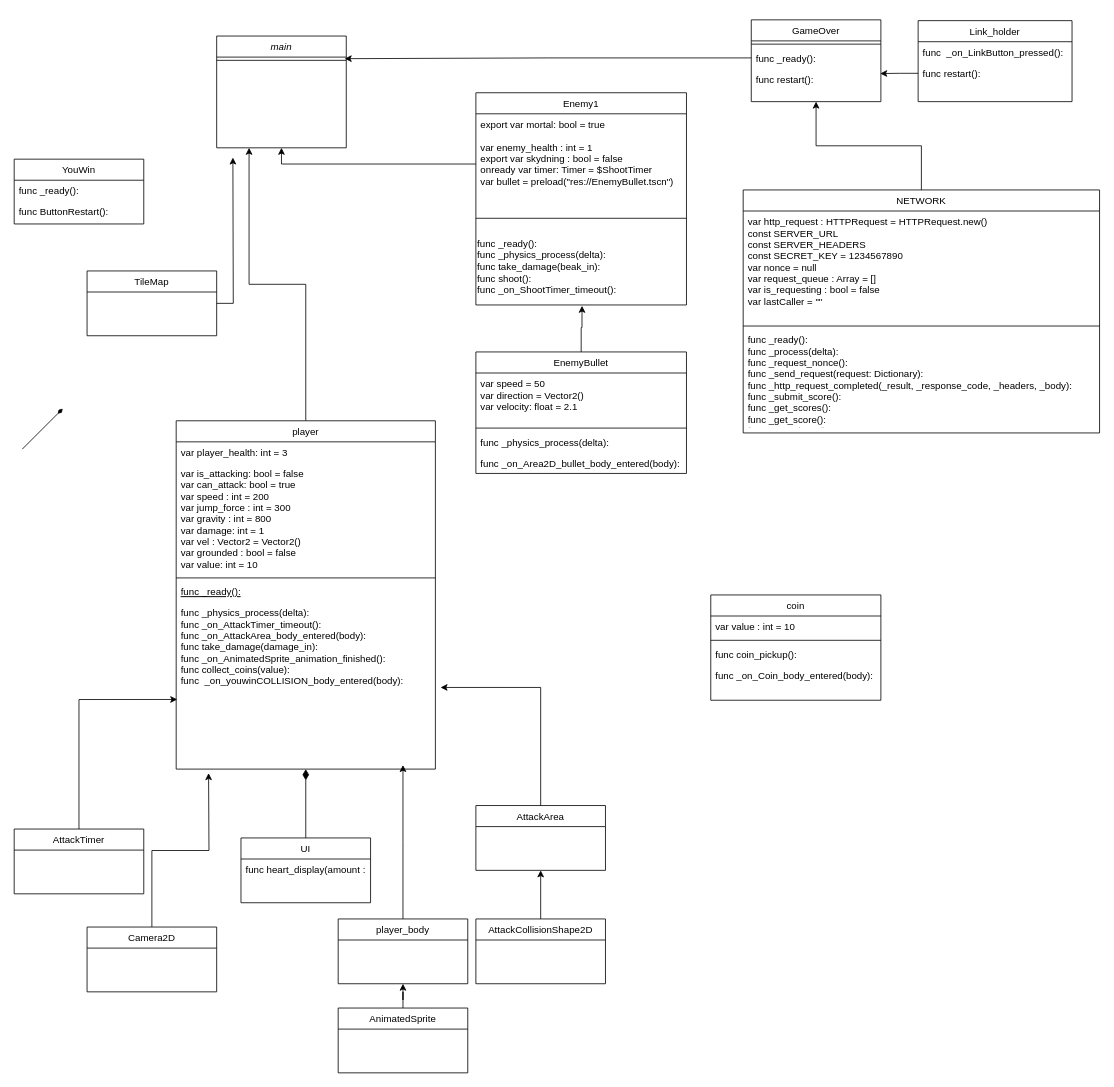
Before: Unavngivet diagram.drawio in Anasbananhovede/eksame-projekt, a draw.io diagram. Source tidied: cells renumbered, new cells numbered last; positions are measured from the earlier drawing's top-left corner, leaving out a move shared by most shapes. Both pictures are drawn from the tidied source at 81%, with x=0, y=0 at pixel (14, 19).
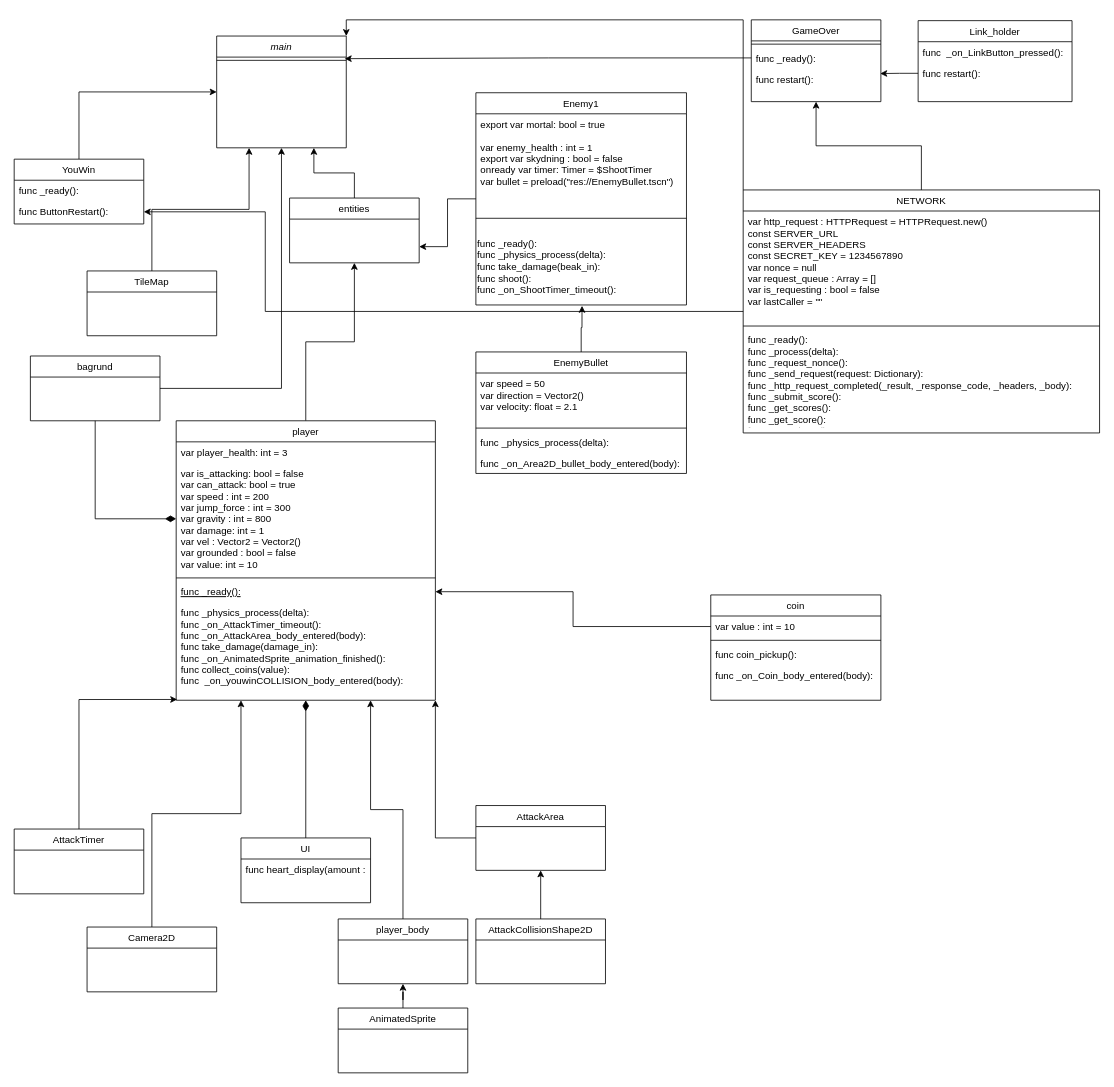
Above is the later version.

Commit message:
er færdig med diagram(tror jeg), skal bare lave de rigtige pile.drawio

The change refers to these unchanged cells:
```xml
<mxCell id="2" value="main&#10;" style="swimlane;fontStyle=2;align=center;verticalAlign=top;horizontal=1;startSize=26;rounded=0;shadow=0;strokeWidth=1;" parent="1" vertex="1">
  <mxGeometry x="250" y="20" width="160" height="138" as="geometry" />
</mxCell>
<mxCell id="7" value="var is_attacking: bool = false&#10;var can_attack: bool = true&#10;var speed : int = 200&#10;var jump_force : int = 300&#10;var gravity : int = 800&#10;var damage: int = 1&#10;var vel : Vector2 = Vector2()&#10;var grounded : bool = false&#10;var value: int = 10" style="text;align=left;verticalAlign=top;spacingLeft=4;spacingRight=4;overflow=hidden;points=[[0,0.5],[1,0.5]];portConstraint=eastwest;rounded=0;shadow=0;html=0;" parent="5" vertex="1">
  <mxGeometry y="52" width="320" height="138" as="geometry" />
</mxCell>
<mxCell id="9" value="func _ready():&#10;&#10;" style="text;align=left;verticalAlign=top;spacingLeft=4;spacingRight=4;overflow=hidden;points=[[0,0.5],[1,0.5]];portConstraint=eastwest;fontStyle=4;" parent="5" vertex="1">
  <mxGeometry y="198" width="320" height="26" as="geometry" />
</mxCell>
<mxCell id="10" value="func _physics_process(delta):&#10;func _on_AttackTimer_timeout():&#10;func _on_AttackArea_body_entered(body):&#10;func take_damage(damage_in):&#10;func _on_AnimatedSprite_animation_finished():&#10;func collect_coins(value):&#10;func  _on_youwinCOLLISION_body_entered(body):&#10;&#10;" style="text;align=left;verticalAlign=top;spacingLeft=4;spacingRight=4;overflow=hidden;points=[[0,0.5],[1,0.5]];portConstraint=eastwest;" parent="5" vertex="1">
  <mxGeometry y="224" width="320" height="116" as="geometry" />
</mxCell>
<mxCell id="11" value="Enemy1" style="swimlane;fontStyle=0;align=center;verticalAlign=top;horizontal=1;startSize=26;rounded=0;shadow=0;strokeWidth=1;" parent="1" vertex="1">
  <mxGeometry x="570" y="90" width="260" height="262" as="geometry" />
</mxCell>
<mxCell id="12" value="export var mortal: bool = true&#10;&#10;var enemy_health : int = 1&#10;export var skydning : bool = false&#10;onready var timer: Timer = $ShootTimer&#10;var bullet = preload(&quot;res://EnemyBullet.tscn&quot;)" style="text;align=left;verticalAlign=top;spacingLeft=4;spacingRight=4;overflow=hidden;points=[[0,0.5],[1,0.5]];portConstraint=eastwest;" parent="11" vertex="1">
  <mxGeometry y="26" width="260" height="114" as="geometry" />
</mxCell>
<mxCell id="16" value="var value : int = 10" style="text;align=left;verticalAlign=top;spacingLeft=4;spacingRight=4;overflow=hidden;points=[[0,0.5],[1,0.5]];portConstraint=eastwest;" parent="15" vertex="1">
  <mxGeometry y="26" width="210" height="26" as="geometry" />
</mxCell>
<mxCell id="25" value="YouWin" style="swimlane;fontStyle=0;align=center;verticalAlign=top;horizontal=1;startSize=26;rounded=0;shadow=0;strokeWidth=1;" parent="1" vertex="1">
  <mxGeometry y="172" width="160" height="80" as="geometry" />
</mxCell>
<mxCell id="27" value="func ButtonRestart():" style="text;align=left;verticalAlign=top;spacingLeft=4;spacingRight=4;overflow=hidden;points=[[0,0.5],[1,0.5]];portConstraint=eastwest;" parent="25" vertex="1">
  <mxGeometry y="52" width="160" height="26" as="geometry" />
</mxCell>
<mxCell id="40" value="NETWORK" style="swimlane;fontStyle=0;align=center;verticalAlign=top;horizontal=1;startSize=26;rounded=0;shadow=0;strokeWidth=1;" parent="1" vertex="1">
  <mxGeometry x="900" y="210" width="440" height="300" as="geometry" />
</mxCell>
<mxCell id="48" value="AttackArea" style="swimlane;fontStyle=0;align=center;verticalAlign=top;horizontal=1;startSize=26;rounded=0;shadow=0;strokeWidth=1;" parent="1" vertex="1">
  <mxGeometry x="570" y="970" width="160" height="80" as="geometry" />
</mxCell>
<mxCell id="55" value="Camera2D" style="swimlane;fontStyle=0;align=center;verticalAlign=top;horizontal=1;startSize=26;rounded=0;shadow=0;strokeWidth=1;" parent="1" vertex="1">
  <mxGeometry x="90" y="1120" width="160" height="80" as="geometry" />
</mxCell>
<mxCell id="57" value="player_body" style="swimlane;fontStyle=0;align=center;verticalAlign=top;horizontal=1;startSize=26;rounded=0;shadow=0;strokeWidth=1;" parent="1" vertex="1">
  <mxGeometry x="400" y="1110" width="160" height="80" as="geometry" />
</mxCell>
<mxCell id="61" value="TileMap&#10;" style="swimlane;fontStyle=0;align=center;verticalAlign=top;horizontal=1;startSize=26;rounded=0;shadow=0;strokeWidth=1;" parent="1" vertex="1">
  <mxGeometry x="90" y="310" width="160" height="80" as="geometry" />
</mxCell>
```

Change to the diagram source:
```diff
@@
-    <mxCell id="4" style="edgeStyle=orthogonalEdgeStyle;rounded=0;jettySize=auto;html=1;entryX=0.25;entryY=1;entryDx=0;entryDy=0;" parent="1" edge="1" source="5" target="2">
-      <mxGeometry relative="1" as="geometry" />
-    </mxCell>
+    <mxCell id="62" style="edgeStyle=orthogonalEdgeStyle;rounded=0;jettySize=auto;html=1;entryX=0.5;entryY=1;entryDx=0;entryDy=0;" parent="1" edge="1" source="5" target="68">
+      <mxGeometry relative="1" as="geometry" />
+    </mxCell>
     <mxCell id="5" value="player&#10;" style="swimlane;fontStyle=0;align=center;verticalAlign=top;horizontal=1;startSize=26;rounded=0;shadow=0;strokeWidth=1;" parent="1" vertex="1">
-      <mxGeometry x="200" y="495" width="320" height="430" as="geometry" />
+      <mxGeometry x="200" y="495" width="320" height="345" as="geometry" />
     </mxCell>
@@
+    <mxCell id="63" style="edgeStyle=orthogonalEdgeStyle;rounded=0;jettySize=auto;html=1;entryX=1;entryY=0.75;entryDx=0;entryDy=0;" parent="1" edge="1" source="11" target="68">
+      <mxGeometry relative="1" as="geometry" />
+    </mxCell>
@@
+    <mxCell id="64" style="edgeStyle=orthogonalEdgeStyle;rounded=0;jettySize=auto;html=1;entryX=0;entryY=0.5;entryDx=0;entryDy=0;exitX=0.5;exitY=0;exitDx=0;exitDy=0;" parent="1" edge="1" source="25" target="2">
+      <mxGeometry relative="1" as="geometry" />
+    </mxCell>
@@
-    <mxCell id="38" style="endArrow=diamondThin;html=1;rounded=0;endFill=1;" parent="1" edge="1">
-      <mxGeometry relative="1" as="geometry">
-        <mxPoint x="10" y="530" as="sourcePoint" />
-        <mxPoint x="60" y="480" as="targetPoint" />
-      </mxGeometry>
-    </mxCell>
@@
+    <mxCell id="65" style="edgeStyle=orthogonalEdgeStyle;rounded=0;jettySize=auto;html=1;exitX=0;exitY=0;exitDx=0;exitDy=0;entryX=1;entryY=0;entryDx=0;entryDy=0;" parent="1" edge="1" source="40" target="2">
+      <mxGeometry relative="1" as="geometry" />
+    </mxCell>
+    <mxCell id="66" style="edgeStyle=orthogonalEdgeStyle;rounded=0;jettySize=auto;html=1;entryX=1;entryY=0.5;entryDx=0;entryDy=0;" parent="1" edge="1" source="40" target="27">
+      <mxGeometry relative="1" as="geometry">
+        <Array as="points">
+          <mxPoint x="310" y="360" />
+          <mxPoint x="310" y="237" />
+        </Array>
+      </mxGeometry>
+    </mxCell>
@@
-    <mxCell id="47" style="edgeStyle=orthogonalEdgeStyle;rounded=0;jettySize=auto;html=1;entryX=0.5;entryY=1;entryDx=0;entryDy=0;" parent="1" edge="1" source="12" target="2">
-      <mxGeometry relative="1" as="geometry">
-        <Array as="points">
-          <mxPoint x="330" y="178" />
-        </Array>
-      </mxGeometry>
-    </mxCell>
@@
-    <mxCell id="49" style="edgeStyle=orthogonalEdgeStyle;rounded=0;jettySize=auto;html=1;entryX=1.02;entryY=0.907;entryDx=0;entryDy=0;entryPerimeter=0;" parent="1" edge="1" source="48" target="10">
+    <mxCell id="49" style="edgeStyle=orthogonalEdgeStyle;rounded=0;jettySize=auto;html=1;entryX=1;entryY=1;entryDx=0;entryDy=0;" parent="1" edge="1" source="48" target="5">
       <mxGeometry relative="1" as="geometry" />
     </mxCell>
@@
-    <mxCell id="54" style="edgeStyle=orthogonalEdgeStyle;rounded=0;jettySize=auto;html=1;" parent="1" edge="1" source="55">
-      <mxGeometry relative="1" as="geometry">
-        <mxPoint x="240" y="930" as="targetPoint" />
-      </mxGeometry>
+    <mxCell id="54" style="edgeStyle=orthogonalEdgeStyle;rounded=0;jettySize=auto;html=1;entryX=0.25;entryY=1;entryDx=0;entryDy=0;" parent="1" edge="1" source="55" target="5">
+      <mxGeometry relative="1" as="geometry" />
     </mxCell>
@@
-    <mxCell id="56" style="edgeStyle=orthogonalEdgeStyle;rounded=0;jettySize=auto;html=1;" parent="1" edge="1" source="57">
-      <mxGeometry relative="1" as="geometry">
-        <mxPoint x="480" y="920" as="targetPoint" />
-      </mxGeometry>
+    <mxCell id="56" style="edgeStyle=orthogonalEdgeStyle;rounded=0;jettySize=auto;html=1;entryX=0.75;entryY=1;entryDx=0;entryDy=0;" parent="1" edge="1" source="57" target="5">
+      <mxGeometry relative="1" as="geometry" />
     </mxCell>
@@
-    <mxCell id="60" style="edgeStyle=orthogonalEdgeStyle;rounded=0;jettySize=auto;html=1;" parent="1" edge="1" source="61">
-      <mxGeometry relative="1" as="geometry">
-        <mxPoint x="270" y="170" as="targetPoint" />
-      </mxGeometry>
+    <mxCell id="60" style="edgeStyle=orthogonalEdgeStyle;rounded=0;jettySize=auto;html=1;entryX=0.25;entryY=1;entryDx=0;entryDy=0;" parent="1" edge="1" source="61" target="2">
+      <mxGeometry relative="1" as="geometry" />
     </mxCell>
@@
+    <mxCell id="67" style="edgeStyle=orthogonalEdgeStyle;rounded=0;jettySize=auto;html=1;entryX=0.75;entryY=1;entryDx=0;entryDy=0;" parent="1" edge="1" source="68" target="2">
+      <mxGeometry relative="1" as="geometry" />
+    </mxCell>
+    <mxCell id="68" value="entities" style="swimlane;fontStyle=0;align=center;verticalAlign=top;horizontal=1;startSize=26;rounded=0;shadow=0;strokeWidth=1;" parent="1" vertex="1">
+      <mxGeometry x="340" y="220" width="160" height="80" as="geometry" />
+    </mxCell>
+    <mxCell id="69" style="edgeStyle=orthogonalEdgeStyle;rounded=0;jettySize=auto;html=1;entryX=0;entryY=0.5;entryDx=0;entryDy=0;endArrow=diamondThin;endFill=1;endSize=11;" parent="1" edge="1" source="71" target="7">
+      <mxGeometry relative="1" as="geometry" />
+    </mxCell>
+    <mxCell id="70" style="edgeStyle=orthogonalEdgeStyle;rounded=0;jettySize=auto;html=1;entryX=0.5;entryY=1;entryDx=0;entryDy=0;" parent="1" edge="1" source="71" target="2">
+      <mxGeometry relative="1" as="geometry" />
+    </mxCell>
+    <mxCell id="71" value="bagrund" style="swimlane;fontStyle=0;align=center;verticalAlign=top;horizontal=1;startSize=26;rounded=0;shadow=0;strokeWidth=1;" parent="1" vertex="1">
+      <mxGeometry x="20" y="415" width="160" height="80" as="geometry" />
+    </mxCell>
+    <mxCell id="72" style="edgeStyle=orthogonalEdgeStyle;rounded=0;jettySize=auto;html=1;entryX=1;entryY=0.5;entryDx=0;entryDy=0;" parent="1" edge="1" source="16" target="9">
+      <mxGeometry relative="1" as="geometry" />
+    </mxCell>
```
